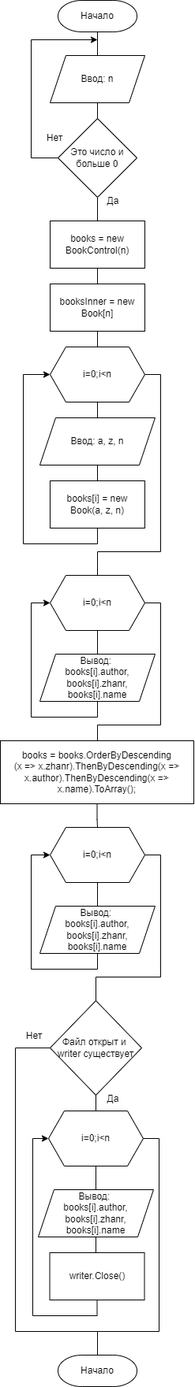
SaveLuciferR/Egzamen_PM03 keeps this draw.io diagram as doc/Блок-сехма.png. Above is the earlier version. Source tidied: cells renumbered, new cells last; positions are measured from the earlier drawing's top-left corner, leaving out a move shared by most shapes.
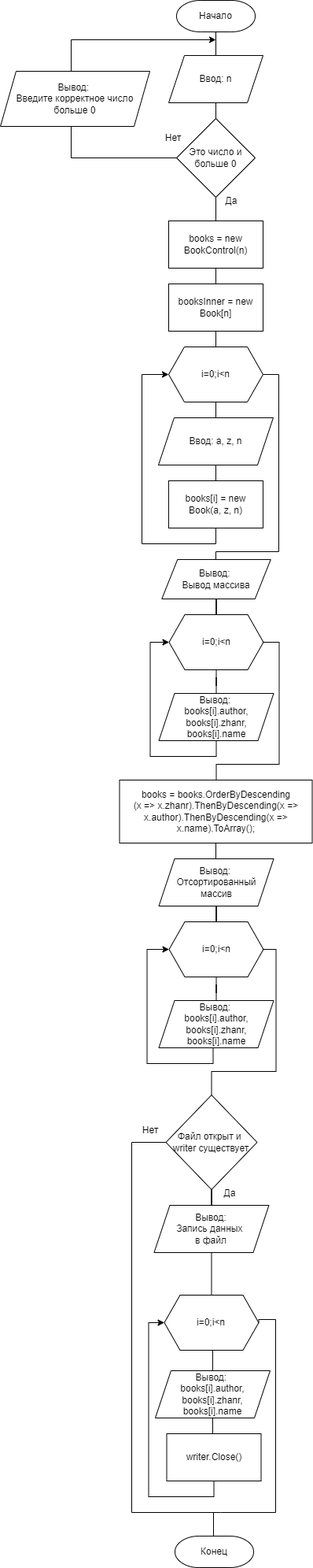
After the commit.

Commit message:
Прочие изменения

Diff of the diagram source:
```diff
@@ -8,12 +8,12 @@
     <mxCell id="3" value="Ввод: n" style="shape=parallelogram;perimeter=parallelogramPerimeter;whiteSpace=wrap;html=1;fixedSize=1;" parent="1" vertex="1">
       <mxGeometry x="63" y="70" width="120" height="60" as="geometry" />
     </mxCell>
-    <mxCell id="4" style="edgeStyle=orthogonalEdgeStyle;rounded=0;jettySize=auto;html=1;exitX=0;exitY=0.5;exitDx=0;exitDy=0;" parent="1" edge="1" source="6">
+    <mxCell id="4" style="edgeStyle=orthogonalEdgeStyle;rounded=0;jettySize=auto;html=1;exitX=0;exitY=0.5;exitDx=0;exitDy=0;" parent="1" edge="1" source="49">
       <mxGeometry relative="1" as="geometry">
         <mxPoint x="123" y="50" as="targetPoint" />
         <Array as="points">
-          <mxPoint x="39" y="200" />
-          <mxPoint x="39" y="50" />
+          <mxPoint x="-61" y="125" />
+          <mxPoint x="-61" y="50" />
         </Array>
       </mxGeometry>
     </mxCell>
@@ -85,34 +85,34 @@
     </mxCell>
     <mxCell id="22" style="edgeStyle=orthogonalEdgeStyle;rounded=0;jettySize=auto;html=1;exitX=1;exitY=0.5;exitDx=0;exitDy=0;endArrow=none;endFill=0;" parent="1" edge="1" source="23">
       <mxGeometry relative="1" as="geometry">
-        <mxPoint x="123" y="940" as="targetPoint" />
+        <mxPoint x="123.5" y="990" as="targetPoint" />
         <Array as="points">
-          <mxPoint x="203" y="765" />
-          <mxPoint x="203" y="920" />
-          <mxPoint x="123" y="920" />
+          <mxPoint x="203.5" y="815" />
+          <mxPoint x="203.5" y="970" />
+          <mxPoint x="123.5" y="970" />
         </Array>
       </mxGeometry>
     </mxCell>
     <mxCell id="23" value="i=0;i&amp;lt;n" style="shape=hexagon;perimeter=hexagonPerimeter2;whiteSpace=wrap;html=1;fixedSize=1;" parent="1" vertex="1">
-      <mxGeometry x="63" y="730" width="120" height="70" as="geometry" />
+      <mxGeometry x="63.5" y="780" width="120" height="70" as="geometry" />
     </mxCell>
     <mxCell id="24" style="edgeStyle=orthogonalEdgeStyle;rounded=0;jettySize=auto;html=1;exitX=0.5;exitY=1;exitDx=0;exitDy=0;entryX=0;entryY=0.5;entryDx=0;entryDy=0;" parent="1" edge="1" source="25" target="23">
       <mxGeometry relative="1" as="geometry">
         <Array as="points">
-          <mxPoint x="123" y="910" />
-          <mxPoint x="39" y="910" />
-          <mxPoint x="39" y="765" />
+          <mxPoint x="123.5" y="960" />
+          <mxPoint x="39.5" y="960" />
+          <mxPoint x="39.5" y="815" />
         </Array>
       </mxGeometry>
     </mxCell>
     <mxCell id="25" value="Вывод:&amp;nbsp;&lt;div&gt;books[i].author,&lt;/div&gt;&lt;div&gt;books[i].zhanr,&lt;/div&gt;&lt;div&gt;books[i].name&lt;/div&gt;" style="shape=parallelogram;perimeter=parallelogramPerimeter;whiteSpace=wrap;html=1;fixedSize=1;" parent="1" vertex="1">
-      <mxGeometry x="50" y="830" width="146" height="60" as="geometry" />
+      <mxGeometry x="50.5" y="880" width="146" height="60" as="geometry" />
     </mxCell>
-    <mxCell id="26" style="edgeStyle=orthogonalEdgeStyle;rounded=0;jettySize=auto;html=1;exitX=0.5;exitY=1;exitDx=0;exitDy=0;endArrow=none;endFill=0;" parent="1" edge="1" source="27" target="30">
+    <mxCell id="26" style="edgeStyle=orthogonalEdgeStyle;rounded=0;jettySize=auto;html=1;exitX=0.5;exitY=1;exitDx=0;exitDy=0;endArrow=none;endFill=0;" parent="1" edge="1" source="51" target="30">
       <mxGeometry relative="1" as="geometry" />
     </mxCell>
     <mxCell id="27" value="books = books.OrderByDescending&lt;div&gt;(x =&amp;gt; x.zhanr).&lt;span style=&quot;background-color: initial;&quot;&gt;ThenByDescending(x =&amp;gt; x.author).ThenByDescending(x =&amp;gt; x.name).ToArray();&lt;/span&gt;&lt;/div&gt;" style="rounded=0;whiteSpace=wrap;html=1;" parent="1" vertex="1">
-      <mxGeometry y="940" width="245" height="80" as="geometry" />
+      <mxGeometry x="0.5" y="990" width="245" height="80" as="geometry" />
     </mxCell>
     <mxCell id="28" style="edgeStyle=orthogonalEdgeStyle;rounded=0;jettySize=auto;html=1;exitX=0.5;exitY=1;exitDx=0;exitDy=0;endArrow=none;endFill=0;" parent="1" edge="1" source="30" target="32">
       <mxGeometry relative="1" as="geometry" />
@@ -120,80 +120,110 @@
     <mxCell id="29" style="edgeStyle=orthogonalEdgeStyle;rounded=0;jettySize=auto;html=1;exitX=1;exitY=0.5;exitDx=0;exitDy=0;endArrow=none;endFill=0;" parent="1" edge="1" source="30" target="35">
       <mxGeometry relative="1" as="geometry">
         <Array as="points">
-          <mxPoint x="203" y="1085" />
-          <mxPoint x="203" y="1240" />
-          <mxPoint x="121" y="1240" />
+          <mxPoint x="199.5" y="1205" />
+          <mxPoint x="199.5" y="1360" />
+          <mxPoint x="117.5" y="1360" />
         </Array>
       </mxGeometry>
     </mxCell>
     <mxCell id="30" value="i=0;i&amp;lt;n" style="shape=hexagon;perimeter=hexagonPerimeter2;whiteSpace=wrap;html=1;fixedSize=1;" parent="1" vertex="1">
-      <mxGeometry x="63" y="1050" width="120" height="70" as="geometry" />
+      <mxGeometry x="63.5" y="1170" width="120" height="70" as="geometry" />
     </mxCell>
     <mxCell id="31" style="edgeStyle=orthogonalEdgeStyle;rounded=0;jettySize=auto;html=1;exitX=0.5;exitY=1;exitDx=0;exitDy=0;entryX=0;entryY=0.5;entryDx=0;entryDy=0;" parent="1" edge="1" source="32" target="30">
       <mxGeometry relative="1" as="geometry">
         <Array as="points">
-          <mxPoint x="123" y="1230" />
-          <mxPoint x="39" y="1230" />
-          <mxPoint x="39" y="1085" />
+          <mxPoint x="119.5" y="1350" />
+          <mxPoint x="35.5" y="1350" />
+          <mxPoint x="35.5" y="1205" />
         </Array>
       </mxGeometry>
     </mxCell>
     <mxCell id="32" value="Вывод:&amp;nbsp;&lt;div&gt;books[i].author,&lt;/div&gt;&lt;div&gt;books[i].zhanr,&lt;/div&gt;&lt;div&gt;books[i].name&lt;/div&gt;" style="shape=parallelogram;perimeter=parallelogramPerimeter;whiteSpace=wrap;html=1;fixedSize=1;" parent="1" vertex="1">
-      <mxGeometry x="50" y="1150" width="146" height="60" as="geometry" />
+      <mxGeometry x="50.5" y="1270" width="146" height="60" as="geometry" />
     </mxCell>
-    <mxCell id="33" style="edgeStyle=orthogonalEdgeStyle;rounded=0;jettySize=auto;html=1;exitX=0.5;exitY=1;exitDx=0;exitDy=0;endArrow=none;endFill=0;" parent="1" edge="1" source="35" target="38">
+    <mxCell id="33" style="edgeStyle=orthogonalEdgeStyle;rounded=0;jettySize=auto;html=1;endArrow=none;endFill=0;" parent="1" edge="1" source="54" target="38">
       <mxGeometry relative="1" as="geometry" />
     </mxCell>
     <mxCell id="34" style="edgeStyle=orthogonalEdgeStyle;rounded=0;jettySize=auto;html=1;endArrow=none;endFill=0;" parent="1" edge="1" source="35" target="43">
       <mxGeometry relative="1" as="geometry">
         <Array as="points">
-          <mxPoint x="19" y="1330" />
-          <mxPoint x="19" y="1690" />
-          <mxPoint x="123" y="1690" />
+          <mxPoint x="16" y="1450" />
+          <mxPoint x="16" y="1920" />
+          <mxPoint x="120" y="1920" />
         </Array>
       </mxGeometry>
     </mxCell>
+    <mxCell id="47" style="edgeStyle=orthogonalEdgeStyle;rounded=0;jettySize=auto;html=1;exitX=0.5;exitY=1;exitDx=0;exitDy=0;endArrow=none;endFill=0;" parent="1" edge="1" source="35" target="54">
+      <mxGeometry relative="1" as="geometry" />
+    </mxCell>
     <mxCell id="35" value="Файл открыт и&amp;nbsp;&lt;div&gt;writer существует&lt;/div&gt;" style="rhombus;whiteSpace=wrap;html=1;" parent="1" vertex="1">
-      <mxGeometry x="63" y="1270" width="116" height="120" as="geometry" />
+      <mxGeometry x="59.5" y="1390" width="116" height="120" as="geometry" />
     </mxCell>
     <mxCell id="36" style="edgeStyle=orthogonalEdgeStyle;rounded=0;jettySize=auto;html=1;exitX=0.5;exitY=1;exitDx=0;exitDy=0;entryX=0.5;entryY=0;entryDx=0;entryDy=0;endArrow=none;endFill=0;" parent="1" edge="1" source="38" target="40">
       <mxGeometry relative="1" as="geometry" />
     </mxCell>
-    <mxCell id="37" style="edgeStyle=orthogonalEdgeStyle;rounded=0;jettySize=auto;html=1;exitX=1;exitY=0.5;exitDx=0;exitDy=0;endArrow=none;endFill=0;" parent="1" edge="1" source="38" target="43">
+    <mxCell id="37" style="edgeStyle=orthogonalEdgeStyle;rounded=0;jettySize=auto;html=1;exitX=1;exitY=0.5;exitDx=0;exitDy=0;endArrow=none;endFill=0;" parent="1" edge="1" source="38">
       <mxGeometry relative="1" as="geometry">
+        <mxPoint x="119" y="1920" as="targetPoint" />
         <Array as="points">
-          <mxPoint x="201" y="1445" />
-          <mxPoint x="201" y="1690" />
-          <mxPoint x="123" y="1690" />
+          <mxPoint x="178" y="1675" />
+          <mxPoint x="199" y="1675" />
+          <mxPoint x="199" y="1920" />
+          <mxPoint x="129" y="1920" />
         </Array>
       </mxGeometry>
     </mxCell>
     <mxCell id="38" value="i=0;i&amp;lt;n" style="shape=hexagon;perimeter=hexagonPerimeter2;whiteSpace=wrap;html=1;fixedSize=1;" parent="1" vertex="1">
-      <mxGeometry x="61" y="1410" width="120" height="70" as="geometry" />
+      <mxGeometry x="57.5" y="1644" width="120" height="70" as="geometry" />
     </mxCell>
     <mxCell id="39" style="edgeStyle=orthogonalEdgeStyle;rounded=0;jettySize=auto;html=1;exitX=0.5;exitY=1;exitDx=0;exitDy=0;endArrow=none;endFill=0;" parent="1" edge="1" source="40" target="42">
       <mxGeometry relative="1" as="geometry" />
     </mxCell>
     <mxCell id="40" value="Вывод:&amp;nbsp;&lt;div&gt;books[i].author,&lt;/div&gt;&lt;div&gt;books[i].zhanr,&lt;/div&gt;&lt;div&gt;books[i].name&lt;/div&gt;" style="shape=parallelogram;perimeter=parallelogramPerimeter;whiteSpace=wrap;html=1;fixedSize=1;" parent="1" vertex="1">
-      <mxGeometry x="48" y="1510" width="146" height="60" as="geometry" />
+      <mxGeometry x="46" y="1740" width="146" height="60" as="geometry" />
     </mxCell>
     <mxCell id="41" style="edgeStyle=orthogonalEdgeStyle;rounded=0;jettySize=auto;html=1;exitX=0.5;exitY=1;exitDx=0;exitDy=0;entryX=0;entryY=0.5;entryDx=0;entryDy=0;" parent="1" edge="1" source="42" target="38">
       <mxGeometry relative="1" as="geometry" />
     </mxCell>
     <mxCell id="42" value="writer.Close()" style="rounded=0;whiteSpace=wrap;html=1;" parent="1" vertex="1">
-      <mxGeometry x="62.5" y="1590" width="120" height="60" as="geometry" />
+      <mxGeometry x="60.5" y="1820" width="120" height="60" as="geometry" />
     </mxCell>
-    <mxCell id="43" value="Начало" style="strokeWidth=1;html=1;shape=mxgraph.flowchart.terminator;whiteSpace=wrap;" parent="1" vertex="1">
-      <mxGeometry x="73" y="1720" width="100" height="40" as="geometry" />
+    <mxCell id="43" value="Конец" style="strokeWidth=1;html=1;shape=mxgraph.flowchart.terminator;whiteSpace=wrap;" parent="1" vertex="1">
+      <mxGeometry x="71" y="1950" width="100" height="40" as="geometry" />
     </mxCell>
     <mxCell id="44" value="Да" style="text;html=1;align=center;verticalAlign=middle;whiteSpace=wrap;rounded=0;" parent="1" vertex="1">
       <mxGeometry x="113" y="240" width="60" height="30" as="geometry" />
     </mxCell>
     <mxCell id="45" value="Да" style="text;html=1;align=center;verticalAlign=middle;whiteSpace=wrap;rounded=0;" parent="1" vertex="1">
-      <mxGeometry x="113" y="1380" width="60" height="30" as="geometry" />
+      <mxGeometry x="111" y="1500" width="60" height="30" as="geometry" />
     </mxCell>
     <mxCell id="46" value="Нет" style="text;html=1;align=center;verticalAlign=middle;whiteSpace=wrap;rounded=0;" parent="1" vertex="1">
-      <mxGeometry x="13" y="1300" width="60" height="30" as="geometry" />
+      <mxGeometry x="9.5" y="1420" width="60" height="30" as="geometry" />
     </mxCell>
+    <mxCell id="48" style="edgeStyle=orthogonalEdgeStyle;rounded=0;jettySize=auto;html=1;exitX=0;exitY=0.5;exitDx=0;exitDy=0;endArrow=none;endFill=0;" parent="1" edge="1" source="6" target="49">
+      <mxGeometry relative="1" as="geometry">
+        <Array as="points">
+          <mxPoint x="-61" y="200" />
+        </Array>
+      </mxGeometry>
+    </mxCell>
+    <mxCell id="49" value="Вывод:&amp;nbsp;&lt;div&gt;Введите корректное число больше 0&lt;/div&gt;" style="shape=parallelogram;perimeter=parallelogramPerimeter;whiteSpace=wrap;html=1;fixedSize=1;" parent="1" vertex="1">
+      <mxGeometry x="-151" y="90" width="190" height="70" as="geometry" />
+    </mxCell>
+    <mxCell id="50" style="edgeStyle=orthogonalEdgeStyle;rounded=0;jettySize=auto;html=1;exitX=0.5;exitY=1;exitDx=0;exitDy=0;endArrow=none;endFill=0;" parent="1" edge="1" source="27" target="51">
+      <mxGeometry relative="1" as="geometry" />
+    </mxCell>
+    <mxCell id="51" value="Вывод:&amp;nbsp;&lt;div&gt;Отсортированный массив&lt;/div&gt;" style="shape=parallelogram;perimeter=parallelogramPerimeter;whiteSpace=wrap;html=1;fixedSize=1;" parent="1" vertex="1">
+      <mxGeometry x="50.5" y="1090" width="146" height="60" as="geometry" />
+    </mxCell>
+    <mxCell id="52" style="edgeStyle=orthogonalEdgeStyle;rounded=0;jettySize=auto;html=1;exitX=0.5;exitY=1;exitDx=0;exitDy=0;endArrow=none;endFill=0;" parent="1" edge="1" source="53" target="23">
+      <mxGeometry relative="1" as="geometry" />
+    </mxCell>
+    <mxCell id="53" value="Вывод:&amp;nbsp;&lt;div&gt;Вывод массива&lt;/div&gt;" style="shape=parallelogram;perimeter=parallelogramPerimeter;whiteSpace=wrap;html=1;fixedSize=1;" parent="1" vertex="1">
+      <mxGeometry x="54.2" y="710" width="138.5" height="50" as="geometry" />
+    </mxCell>
+    <mxCell id="54" value="Вывод:&lt;div&gt;Запись данных&amp;nbsp;&lt;/div&gt;&lt;div&gt;в файл&lt;/div&gt;" style="shape=parallelogram;perimeter=parallelogramPerimeter;whiteSpace=wrap;html=1;fixedSize=1;" parent="1" vertex="1">
+      <mxGeometry x="44.5" y="1530" width="146" height="60" as="geometry" />
+    </mxCell>
   </root>
 </mxGraphModel>
```
